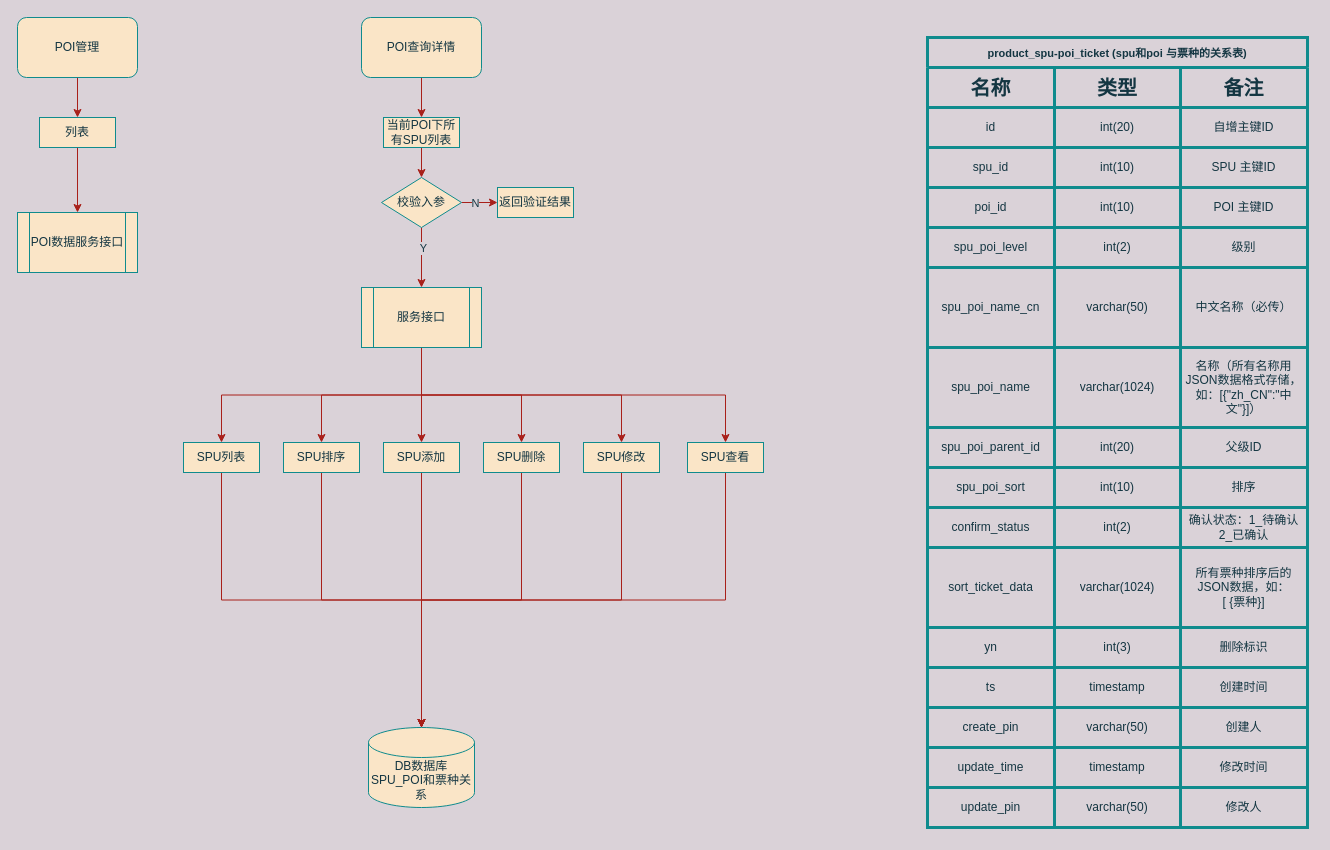
Earlier version of the draw.io diagram page "POI管理" (2 of 3) of tour-product.drawio (liqiang0113/Project). Source tidied: cells renumbered, new cells numbered last; positions are measured from the earlier drawing's top-left corner, leaving out a move shared by most shapes. Both pictures are drawn from the tidied source at 100%, with x=0, y=0 at pixel (17, 17).
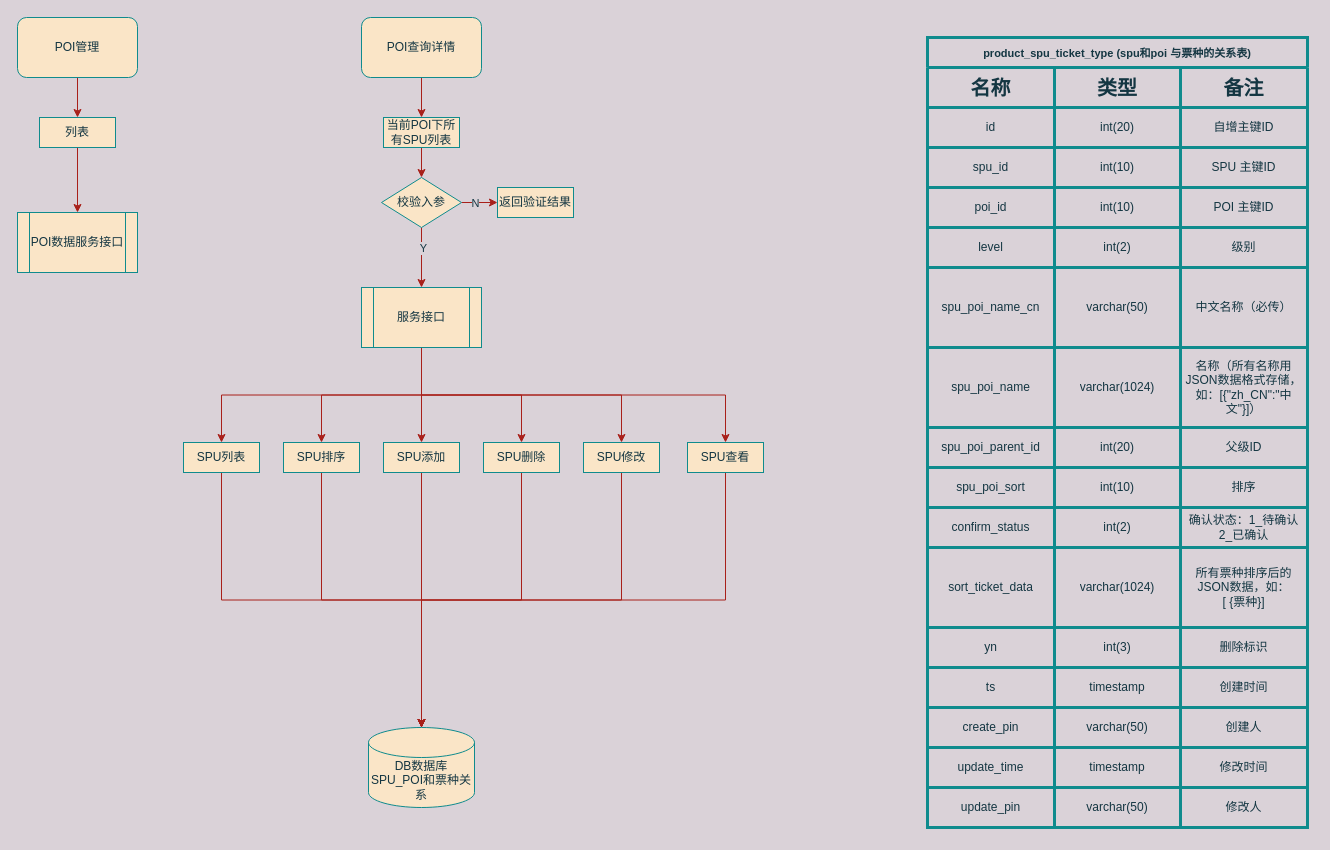
The same diagram, later.

Unchanged cells that the change refers to:
```xml
<mxCell id="54" style="shape=tableRow;horizontal=0;startSize=0;swimlaneHead=0;swimlaneBody=0;top=0;left=0;bottom=0;right=0;fillColor=none;shadow=0;sketch=0;fontFamily=Helvetica;fontSize=11;strokeColor=#0F8B8D;strokeWidth=10;fontColor=#143642;" parent="37" vertex="1">
  <mxGeometry y="190" width="380" height="40" as="geometry" />
</mxCell>
```

The edit, as a diff of the source:
```diff
@@
-    <mxCell id="37" value="product_spu-poi_ticket (spu和poi 与票种的关系表)" style="shape=table;startSize=30;childLayout=tableLayout;fontStyle=1;align=center;shadow=0;sketch=0;fontFamily=Helvetica;fontSize=11;strokeColor=#0F8B8D;strokeWidth=3;fillColor=none;fontColor=#143642;" parent="1" vertex="1">
+    <mxCell id="37" value="product_spu_ticket_type (spu和poi 与票种的关系表)" style="shape=table;startSize=30;childLayout=tableLayout;fontStyle=1;align=center;shadow=0;sketch=0;fontFamily=Helvetica;fontSize=11;strokeColor=#0F8B8D;strokeWidth=3;fillColor=none;fontColor=#143642;" parent="1" vertex="1">
       <mxGeometry x="910" y="20" width="380" height="790" as="geometry" />
     </mxCell>
@@
-    <mxCell id="55" value="spu_poi_level" style="shape=partialRectangle;html=1;whiteSpace=wrap;fillColor=none;top=0;left=0;bottom=0;right=0;overflow=hidden;shadow=0;sketch=0;fontFamily=Helvetica;fontSize=12;strokeColor=#0F8B8D;strokeWidth=10;fontColor=#143642;" parent="54" vertex="1">
+    <mxCell id="55" value="level" style="shape=partialRectangle;html=1;whiteSpace=wrap;fillColor=none;top=0;left=0;bottom=0;right=0;overflow=hidden;shadow=0;sketch=0;fontFamily=Helvetica;fontSize=12;strokeColor=#0F8B8D;strokeWidth=10;fontColor=#143642;" parent="54" vertex="1">
       <mxGeometry width="127" height="40" as="geometry" />
     </mxCell>
```
